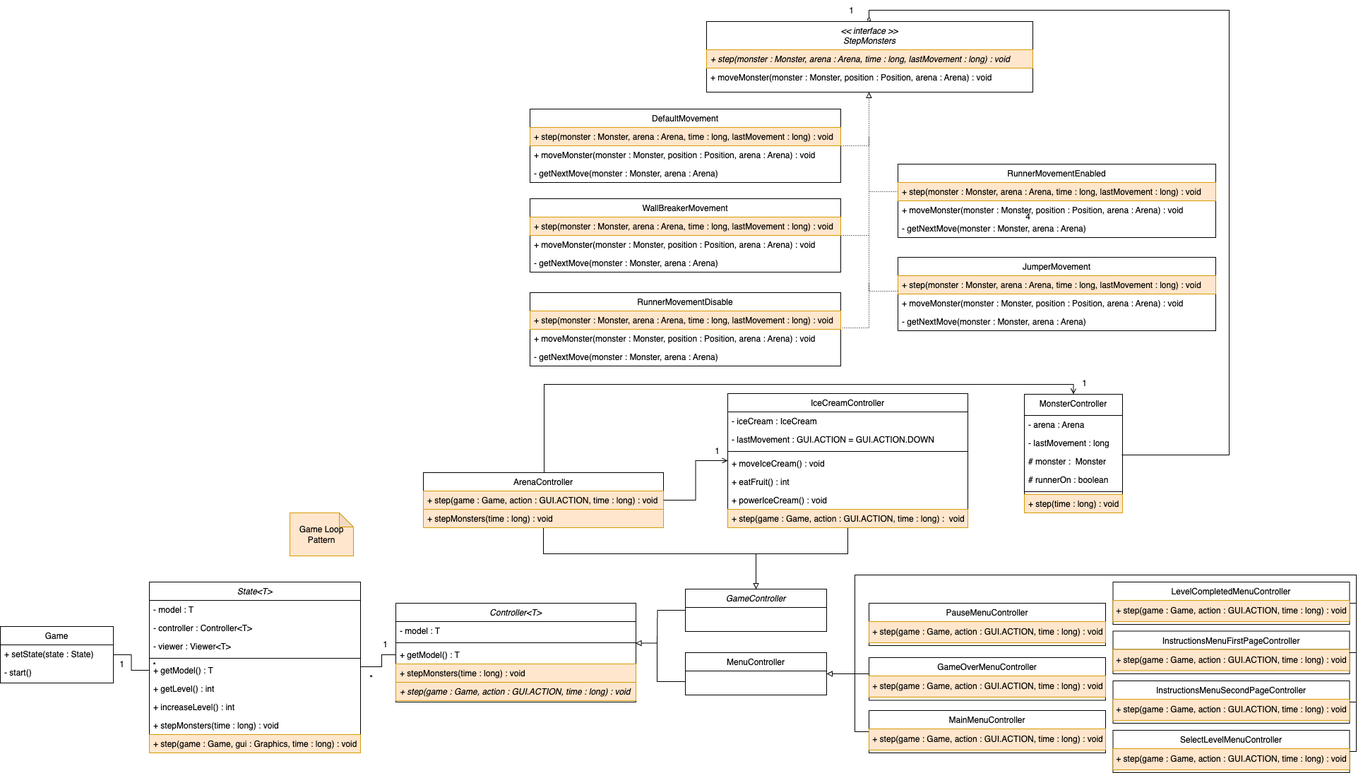
The draw.io diagram docs/resources/Loop.png in SimaoNery/BadIceCream-L.D.T.S, before a commit. Source tidied: cells renumbered, new cells last; positions are measured from the earlier drawing's top-left corner, leaving out a move shared by most shapes.
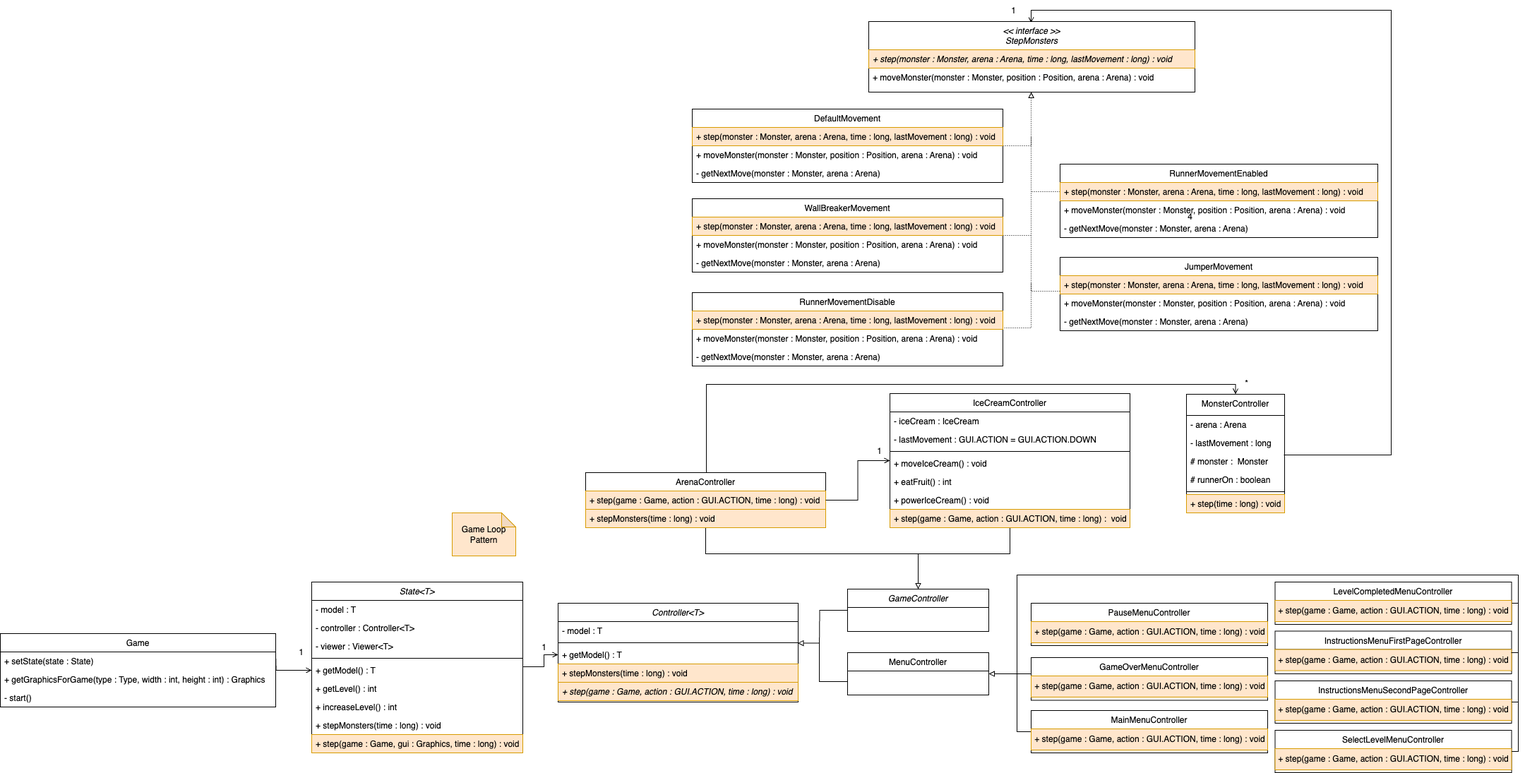
Later version of the same file.

Change to the diagram source:
```diff
@@ -2,18 +2,11 @@
   <root>
     <mxCell id="0" />
     <mxCell id="1" parent="0" />
-    <mxCell id="2" style="edgeStyle=orthogonalEdgeStyle;rounded=0;jettySize=auto;html=1;entryX=0;entryY=0.5;entryDx=0;entryDy=0;endArrow=none;endFill=0;" parent="1" edge="1" source="3" target="11">
-      <mxGeometry relative="1" as="geometry" />
+    <mxCell id="2" style="edgeStyle=orthogonalEdgeStyle;rounded=0;jettySize=auto;html=1;entryX=0;entryY=0.5;entryDx=0;entryDy=0;endArrow=open;endFill=0;" parent="1" edge="1" target="11">
+      <mxGeometry relative="1" as="geometry">
+        <mxPoint x="160" y="927" as="sourcePoint" />
+      </mxGeometry>
     </mxCell>
-    <mxCell id="3" value="Game" style="swimlane;fontStyle=0;align=center;verticalAlign=top;horizontal=1;startSize=26;rounded=0;shadow=0;strokeWidth=1;" parent="1" vertex="1">
-      <mxGeometry y="887" width="160" height="80" as="geometry" />
-    </mxCell>
-    <mxCell id="4" value="+ setState(state : State)" style="text;align=left;verticalAlign=top;spacingLeft=4;spacingRight=4;overflow=hidden;fontStyle=0;" parent="3" vertex="1">
-      <mxGeometry y="26" width="160" height="26" as="geometry" />
-    </mxCell>
-    <mxCell id="5" value="- start()" style="text;align=left;verticalAlign=top;spacingLeft=4;spacingRight=4;overflow=hidden;" parent="3" vertex="1">
-      <mxGeometry y="52" width="160" height="26" as="geometry" />
-    </mxCell>
     <mxCell id="6" value="State&lt;T&gt;" style="swimlane;fontStyle=2;align=center;verticalAlign=top;horizontal=1;startSize=26;rounded=0;shadow=0;strokeWidth=1;" parent="1" vertex="1">
       <mxGeometry x="211" y="824" width="299" height="242" as="geometry" />
     </mxCell>
@@ -62,7 +55,7 @@
     <mxCell id="21" value="+ step(game : Game, action : GUI.ACTION, time : long) : void" style="text;align=left;verticalAlign=top;spacingLeft=4;spacingRight=4;overflow=hidden;fontStyle=2;fillColor=#ffe6cc;strokeColor=#d79b00;" parent="16" vertex="1">
       <mxGeometry y="112" width="340" height="26" as="geometry" />
     </mxCell>
-    <mxCell id="22" style="edgeStyle=orthogonalEdgeStyle;rounded=0;orthogonalLoop=1;jettySize=auto;html=1;entryX=0.5;entryY=0;entryDx=0;entryDy=0;endArrow=diamondThin;endFill=0;" parent="1" edge="1">
+    <mxCell id="22" style="edgeStyle=orthogonalEdgeStyle;rounded=0;orthogonalLoop=1;jettySize=auto;html=1;entryX=0.5;entryY=0;entryDx=0;entryDy=0;endArrow=open;endFill=0;" parent="1" edge="1">
       <mxGeometry relative="1" as="geometry">
         <mxPoint x="1588" y="644" as="sourcePoint" />
         <mxPoint x="1230" y="32" as="targetPoint" />
@@ -267,18 +260,15 @@
       <mxGeometry y="26" width="335" height="30" as="geometry" />
     </mxCell>
     <mxCell id="73" value="1" style="text;html=1;align=center;verticalAlign=middle;strokeColor=none;fillColor=none;" parent="1" vertex="1">
-      <mxGeometry x="157" y="926" width="30" height="30" as="geometry" />
+      <mxGeometry x="181" y="908.8" width="30" height="30" as="geometry" />
     </mxCell>
-    <mxCell id="74" value="*" style="text;html=1;align=center;verticalAlign=middle;strokeColor=none;fillColor=none;" parent="1" vertex="1">
-      <mxGeometry x="203" y="928" width="30" height="30" as="geometry" />
-    </mxCell>
     <mxCell id="75" value="1" style="text;html=1;align=center;verticalAlign=middle;strokeColor=none;fillColor=none;" parent="1" vertex="1">
       <mxGeometry x="1000" y="624" width="30" height="30" as="geometry" />
     </mxCell>
-    <mxCell id="76" value="1" style="text;html=1;align=center;verticalAlign=middle;strokeColor=none;fillColor=none;" parent="1" vertex="1">
+    <mxCell id="76" value="*" style="text;html=1;align=center;verticalAlign=middle;strokeColor=none;fillColor=none;" parent="1" vertex="1">
       <mxGeometry x="1520" y="528" width="30" height="30" as="geometry" />
     </mxCell>
-    <mxCell id="77" style="edgeStyle=orthogonalEdgeStyle;rounded=0;jettySize=auto;html=1;entryX=0;entryY=0.5;entryDx=0;entryDy=0;endArrow=none;endFill=0;" parent="1" edge="1" source="11" target="19">
+    <mxCell id="77" style="edgeStyle=orthogonalEdgeStyle;rounded=0;jettySize=auto;html=1;entryX=0;entryY=0.5;entryDx=0;entryDy=0;endArrow=open;endFill=0;" parent="1" edge="1" source="11" target="19">
       <mxGeometry relative="1" as="geometry">
         <Array as="points">
           <mxPoint x="540" y="944" />
@@ -286,12 +276,6 @@
         </Array>
       </mxGeometry>
     </mxCell>
-    <mxCell id="78" value="1&lt;br&gt;" style="text;html=1;align=center;verticalAlign=middle;strokeColor=none;fillColor=none;" parent="1" vertex="1">
-      <mxGeometry x="530" y="898" width="30" height="30" as="geometry" />
-    </mxCell>
-    <mxCell id="79" value="*" style="text;html=1;align=center;verticalAlign=middle;strokeColor=none;fillColor=none;" parent="1" vertex="1">
-      <mxGeometry x="510" y="946.2" width="30" height="30" as="geometry" />
-    </mxCell>
     <mxCell id="80" value="4" style="text;html=1;align=center;verticalAlign=middle;strokeColor=none;fillColor=none;" parent="1" vertex="1">
       <mxGeometry x="1440" y="292" width="30" height="30" as="geometry" />
     </mxCell>
@@ -405,5 +389,20 @@
     <mxCell id="106" value="1" style="text;html=1;align=center;verticalAlign=middle;strokeColor=none;fillColor=none;" parent="1" vertex="1">
       <mxGeometry x="1190" width="30" height="30" as="geometry" />
     </mxCell>
+    <mxCell id="78" value="1" style="text;html=1;align=center;verticalAlign=middle;strokeColor=none;fillColor=none;" parent="1" vertex="1">
+      <mxGeometry x="525" y="902" width="30" height="30" as="geometry" />
+    </mxCell>
+    <mxCell id="3" value="Game" style="swimlane;fontStyle=0;align=center;verticalAlign=top;horizontal=1;startSize=26;rounded=0;shadow=0;strokeWidth=1;" parent="1" vertex="1">
+      <mxGeometry x="-230" y="897" width="390" height="104" as="geometry" />
+    </mxCell>
+    <mxCell id="4" value="+ setState(state : State)" style="text;align=left;verticalAlign=top;spacingLeft=4;spacingRight=4;overflow=hidden;fontStyle=0;" parent="3" vertex="1">
+      <mxGeometry y="26" width="390" height="26" as="geometry" />
+    </mxCell>
+    <mxCell id="107" value="+ getGraphicsForGame(type : Type, width : int, height : int) : Graphics" style="text;align=left;verticalAlign=top;spacingLeft=4;spacingRight=4;overflow=hidden;fontStyle=0;" parent="3" vertex="1">
+      <mxGeometry y="52" width="390" height="26" as="geometry" />
+    </mxCell>
+    <mxCell id="5" value="- start()" style="text;align=left;verticalAlign=top;spacingLeft=4;spacingRight=4;overflow=hidden;" parent="3" vertex="1">
+      <mxGeometry y="78" width="390" height="26" as="geometry" />
+    </mxCell>
   </root>
 </mxGraphModel>
```
